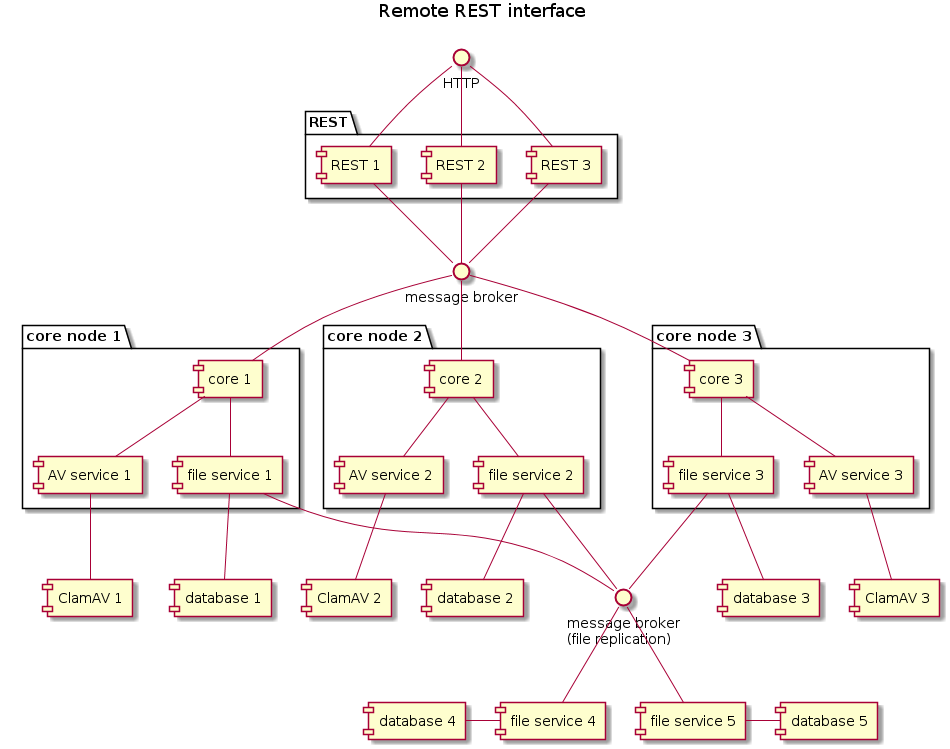
The PlantUML diagram docs/remoterestcomponent.png in dvoraka/av-service, before a commit.
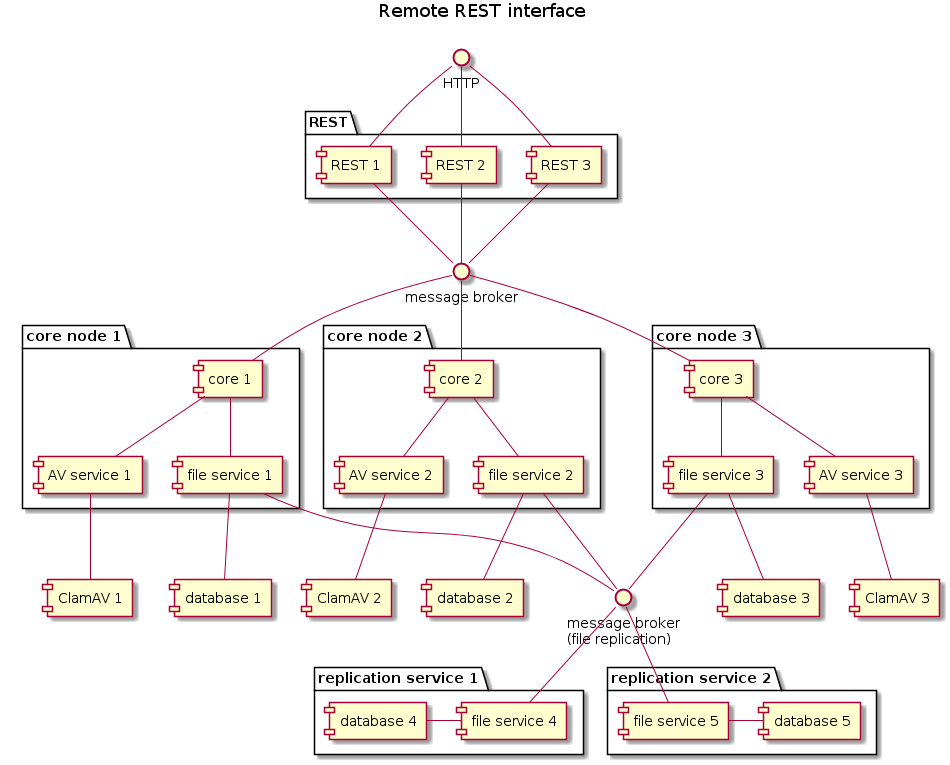
After the commit.

Commit message:
#314 Update replication components

Change to the diagram source:
```diff
@@ -29,6 +29,16 @@
     [core 3]
     [AV service 3]
     [file service 3]
+}
+
+package "replication service 1" {
+    [file service 4]
+    [database 4]
+}
+
+package "replication service 2" {
+    [file service 5]
+    [database 5]
 }
 
 http -- [REST 1]
```
